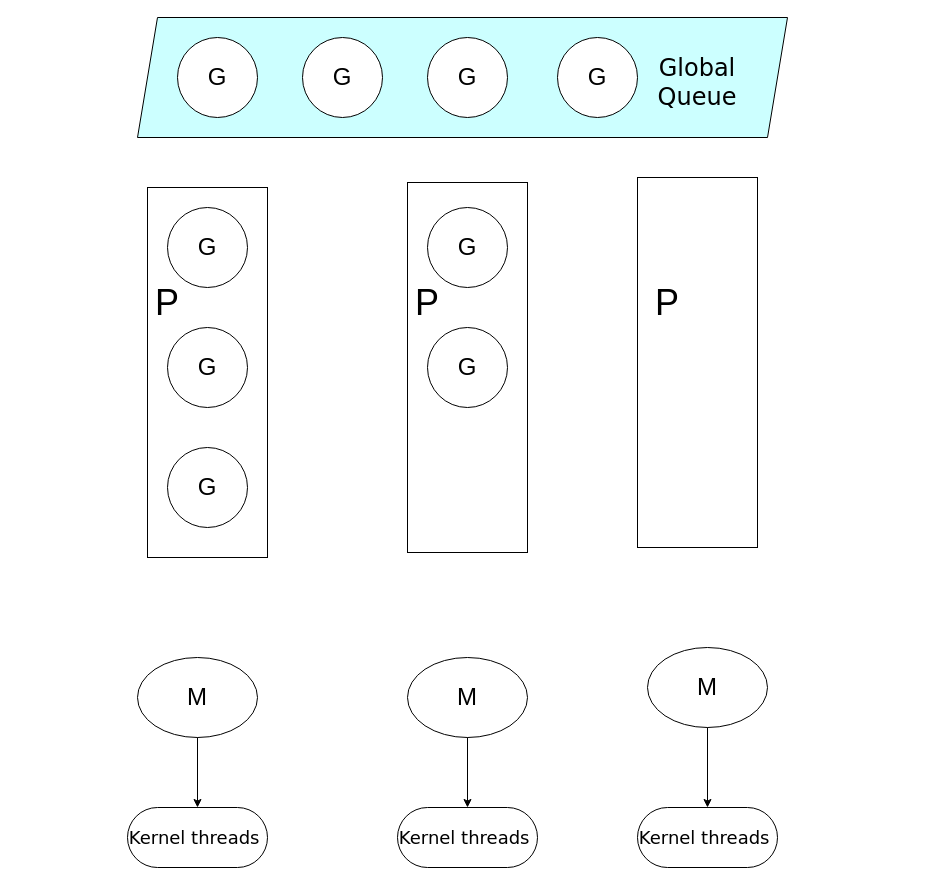
Earlier version of the draw.io diagram Untitled Diagram.drawio (ChandlerLui/drawio). Source tidied: cells renumbered, new cells numbered last; positions are measured from the earlier drawing's top-left corner, leaving out a move shared by most shapes. Both pictures are drawn from the tidied source at 100%, with x=0, y=0 at pixel (127, 17).
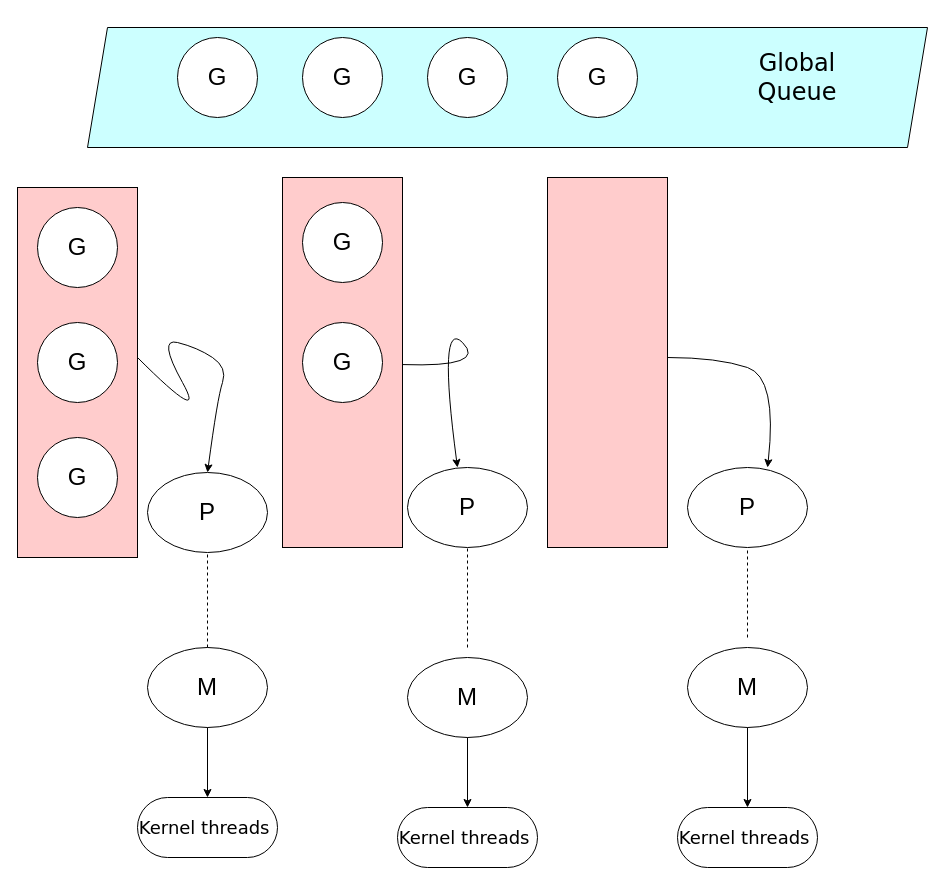
Above is the later version.

What changed in the source:
```diff
@@
+    <mxCell id="28" value="&lt;font style=&quot;font-size: 24px;&quot;&gt;P&lt;/font&gt;" style="ellipse;whiteSpace=wrap;html=1;" parent="1" vertex="1">
+      <mxGeometry x="20" y="455" width="120" height="80" as="geometry" />
+    </mxCell>
-    <mxCell id="2" style="rounded=0;whiteSpace=wrap;html=1;" parent="1" vertex="1">
-      <mxGeometry x="20" y="170" width="120" height="370" as="geometry" />
+    <mxCell id="2" style="rounded=0;whiteSpace=wrap;html=1;fillColor=#FFCCCC;" parent="1" vertex="1">
+      <mxGeometry x="-110" y="170" width="120" height="370" as="geometry" />
     </mxCell>
     <mxCell id="3" value="&lt;font face=&quot;Verdana&quot; style=&quot;font-size: 18px;&quot;&gt;Kernel threads&amp;nbsp;&lt;/font&gt;" style="rounded=1;whiteSpace=wrap;html=1;arcSize=50;" parent="1" vertex="1">
-      <mxGeometry y="790" width="140" height="60" as="geometry" />
+      <mxGeometry x="10" y="780" width="140" height="60" as="geometry" />
     </mxCell>
     <mxCell id="4" style="shape=parallelogram;perimeter=parallelogramPerimeter;whiteSpace=wrap;html=1;fixedSize=1;fillColor=#CCFFFF;" parent="1" vertex="1">
-      <mxGeometry x="10" width="650" height="120" as="geometry" />
+      <mxGeometry x="-40" y="10" width="840" height="120" as="geometry" />
     </mxCell>
@@
     <mxCell id="9" value="&lt;font face=&quot;Verdana&quot; size=&quot;5&quot;&gt;Global Queue&lt;/font&gt;" style="text;html=1;strokeColor=none;fillColor=none;align=center;verticalAlign=middle;whiteSpace=wrap;rounded=0;" parent="1" vertex="1">
-      <mxGeometry x="540" y="50" width="60" height="30" as="geometry" />
+      <mxGeometry x="640" y="40" width="60" height="40" as="geometry" />
     </mxCell>
     <mxCell id="10" value="&lt;font style=&quot;font-size: 24px;&quot;&gt;M&lt;/font&gt;" style="ellipse;whiteSpace=wrap;html=1;" parent="1" vertex="1">
-      <mxGeometry x="10" y="640" width="120" height="80" as="geometry" />
+      <mxGeometry x="20" y="630" width="120" height="80" as="geometry" />
     </mxCell>
     <mxCell id="11" value="&lt;font style=&quot;font-size: 24px;&quot;&gt;G&lt;/font&gt;" style="ellipse;whiteSpace=wrap;html=1;" parent="1" vertex="1">
-      <mxGeometry x="40" y="310" width="80" height="80" as="geometry" />
+      <mxGeometry x="-90" y="305" width="80" height="80" as="geometry" />
     </mxCell>
     <mxCell id="12" value="&lt;font style=&quot;font-size: 24px;&quot;&gt;G&lt;/font&gt;" style="ellipse;whiteSpace=wrap;html=1;" parent="1" vertex="1">
-      <mxGeometry x="40" y="430" width="80" height="80" as="geometry" />
+      <mxGeometry x="-90" y="420" width="80" height="80" as="geometry" />
     </mxCell>
-    <mxCell id="13" style="rounded=0;whiteSpace=wrap;html=1;" parent="1" vertex="1">
-      <mxGeometry x="280" y="165" width="120" height="370" as="geometry" />
+    <mxCell id="13" style="rounded=0;whiteSpace=wrap;html=1;fillColor=#FFCCCC;" parent="1" vertex="1">
+      <mxGeometry x="155" y="160" width="120" height="370" as="geometry" />
     </mxCell>
-    <mxCell id="14" style="rounded=0;whiteSpace=wrap;html=1;" parent="1" vertex="1">
-      <mxGeometry x="510" y="160" width="120" height="370" as="geometry" />
+    <mxCell id="14" style="rounded=0;whiteSpace=wrap;html=1;fillColor=#FFCCCC;" parent="1" vertex="1">
+      <mxGeometry x="420" y="160" width="120" height="370" as="geometry" />
     </mxCell>
     <mxCell id="15" value="&lt;font style=&quot;font-size: 24px;&quot;&gt;G&lt;/font&gt;" style="ellipse;whiteSpace=wrap;html=1;" parent="1" vertex="1">
-      <mxGeometry x="300" y="190" width="80" height="80" as="geometry" />
+      <mxGeometry x="175" y="185" width="80" height="80" as="geometry" />
     </mxCell>
     <mxCell id="16" value="&lt;font style=&quot;font-size: 24px;&quot;&gt;G&lt;/font&gt;" style="ellipse;whiteSpace=wrap;html=1;" parent="1" vertex="1">
-      <mxGeometry x="300" y="310" width="80" height="80" as="geometry" />
+      <mxGeometry x="175" y="305" width="80" height="80" as="geometry" />
     </mxCell>
-    <mxCell id="17" value="&lt;font style=&quot;font-size: 36px;&quot;&gt;P&lt;/font&gt;" style="text;html=1;strokeColor=none;fillColor=none;align=center;verticalAlign=middle;whiteSpace=wrap;rounded=0;" parent="1" vertex="1">
-      <mxGeometry x="10" y="260" width="60" height="50" as="geometry" />
-    </mxCell>
     <mxCell id="18" value="&lt;font style=&quot;font-size: 24px;&quot;&gt;G&lt;/font&gt;" style="ellipse;whiteSpace=wrap;html=1;" parent="1" vertex="1">
-      <mxGeometry x="40" y="190" width="80" height="80" as="geometry" />
+      <mxGeometry x="-90" y="190" width="80" height="80" as="geometry" />
     </mxCell>
-    <mxCell id="19" value="&lt;font style=&quot;font-size: 36px;&quot;&gt;P&lt;/font&gt;" style="text;html=1;strokeColor=none;fillColor=none;align=center;verticalAlign=middle;whiteSpace=wrap;rounded=0;" parent="1" vertex="1">
-      <mxGeometry x="270" y="265" width="60" height="40" as="geometry" />
-    </mxCell>
-    <mxCell id="20" value="&lt;font style=&quot;font-size: 36px;&quot;&gt;P&lt;/font&gt;" style="text;html=1;strokeColor=none;fillColor=none;align=center;verticalAlign=middle;whiteSpace=wrap;rounded=0;" parent="1" vertex="1">
-      <mxGeometry x="510" y="260" width="60" height="50" as="geometry" />
-    </mxCell>
@@
     <mxCell id="22" value="&lt;font face=&quot;Verdana&quot; style=&quot;font-size: 18px;&quot;&gt;Kernel threads&amp;nbsp;&lt;/font&gt;" style="rounded=1;whiteSpace=wrap;html=1;arcSize=50;" parent="1" vertex="1">
-      <mxGeometry x="510" y="790" width="140" height="60" as="geometry" />
+      <mxGeometry x="550" y="790" width="140" height="60" as="geometry" />
     </mxCell>
     <mxCell id="23" value="&lt;font style=&quot;font-size: 24px;&quot;&gt;M&lt;/font&gt;" style="ellipse;whiteSpace=wrap;html=1;" parent="1" vertex="1">
-      <mxGeometry x="520" y="630" width="120" height="80" as="geometry" />
+      <mxGeometry x="560" y="630" width="120" height="80" as="geometry" />
     </mxCell>
@@
-    <mxCell id="25" style="endArrow=classic;html=1;rounded=0;exitX=0.5;exitY=1;exitDx=0;exitDy=0;entryX=0.5;entryY=0;entryDx=0;entryDy=0;" parent="1" edge="1" source="10" target="3">
+    <mxCell id="25" style="endArrow=classic;html=1;rounded=0;entryX=0.5;entryY=0;entryDx=0;entryDy=0;exitX=0.5;exitY=1;exitDx=0;exitDy=0;" parent="1" edge="1" source="10" target="3">
       <mxGeometry relative="1" as="geometry" />
     </mxCell>
@@
+    <mxCell id="29" value="&lt;font style=&quot;font-size: 24px;&quot;&gt;P&lt;/font&gt;" style="ellipse;whiteSpace=wrap;html=1;" parent="1" vertex="1">
+      <mxGeometry x="280" y="450" width="120" height="80" as="geometry" />
+    </mxCell>
+    <mxCell id="30" style="curved=1;endArrow=classic;html=1;rounded=0;" parent="1" edge="1" source="13">
+      <mxGeometry relative="1" as="geometry">
+        <mxPoint x="330" y="450" as="targetPoint" />
+        <Array as="points">
+          <mxPoint x="360" y="350" />
+          <mxPoint x="310" y="300" />
+        </Array>
+      </mxGeometry>
+    </mxCell>
+    <mxCell id="31" style="curved=1;endArrow=classic;html=1;rounded=0;entryX=0.5;entryY=0;entryDx=0;entryDy=0;" parent="1" edge="1" target="28">
+      <mxGeometry relative="1" as="geometry">
+        <mxPoint x="10" y="340" as="sourcePoint" />
+        <Array as="points">
+          <mxPoint x="80" y="410" />
+          <mxPoint x="30" y="320" />
+          <mxPoint x="70" y="330" />
+          <mxPoint x="100" y="350" />
+          <mxPoint x="90" y="380" />
+        </Array>
+      </mxGeometry>
+    </mxCell>
+    <mxCell id="32" value="&lt;font style=&quot;font-size: 24px;&quot;&gt;P&lt;/font&gt;" style="ellipse;whiteSpace=wrap;html=1;" parent="1" vertex="1">
+      <mxGeometry x="560" y="450" width="120" height="80" as="geometry" />
+    </mxCell>
+    <mxCell id="33" style="curved=1;endArrow=classic;html=1;rounded=0;entryX=0.667;entryY=0;entryDx=0;entryDy=0;entryPerimeter=0;" parent="1" edge="1" target="32">
+      <mxGeometry relative="1" as="geometry">
+        <mxPoint x="540" y="340" as="sourcePoint" />
+        <Array as="points">
+          <mxPoint x="590" y="340" />
+          <mxPoint x="650" y="360" />
+        </Array>
+      </mxGeometry>
+    </mxCell>
+    <mxCell id="34" style="endArrow=none;dashed=1;html=1;rounded=0;exitX=0.5;exitY=0;exitDx=0;exitDy=0;entryX=0.5;entryY=1;entryDx=0;entryDy=0;" parent="1" edge="1" source="10" target="28">
+      <mxGeometry relative="1" as="geometry" />
+    </mxCell>
+    <mxCell id="35" style="endArrow=none;dashed=1;html=1;rounded=0;entryX=0.5;entryY=1;entryDx=0;entryDy=0;" parent="1" edge="1" target="29">
+      <mxGeometry relative="1" as="geometry">
+        <mxPoint x="340" y="630" as="sourcePoint" />
+      </mxGeometry>
+    </mxCell>
+    <mxCell id="36" style="endArrow=none;dashed=1;html=1;rounded=0;entryX=0.5;entryY=1;entryDx=0;entryDy=0;" parent="1" edge="1" target="32">
+      <mxGeometry relative="1" as="geometry">
+        <mxPoint x="620" y="620" as="sourcePoint" />
+      </mxGeometry>
+    </mxCell>
```
